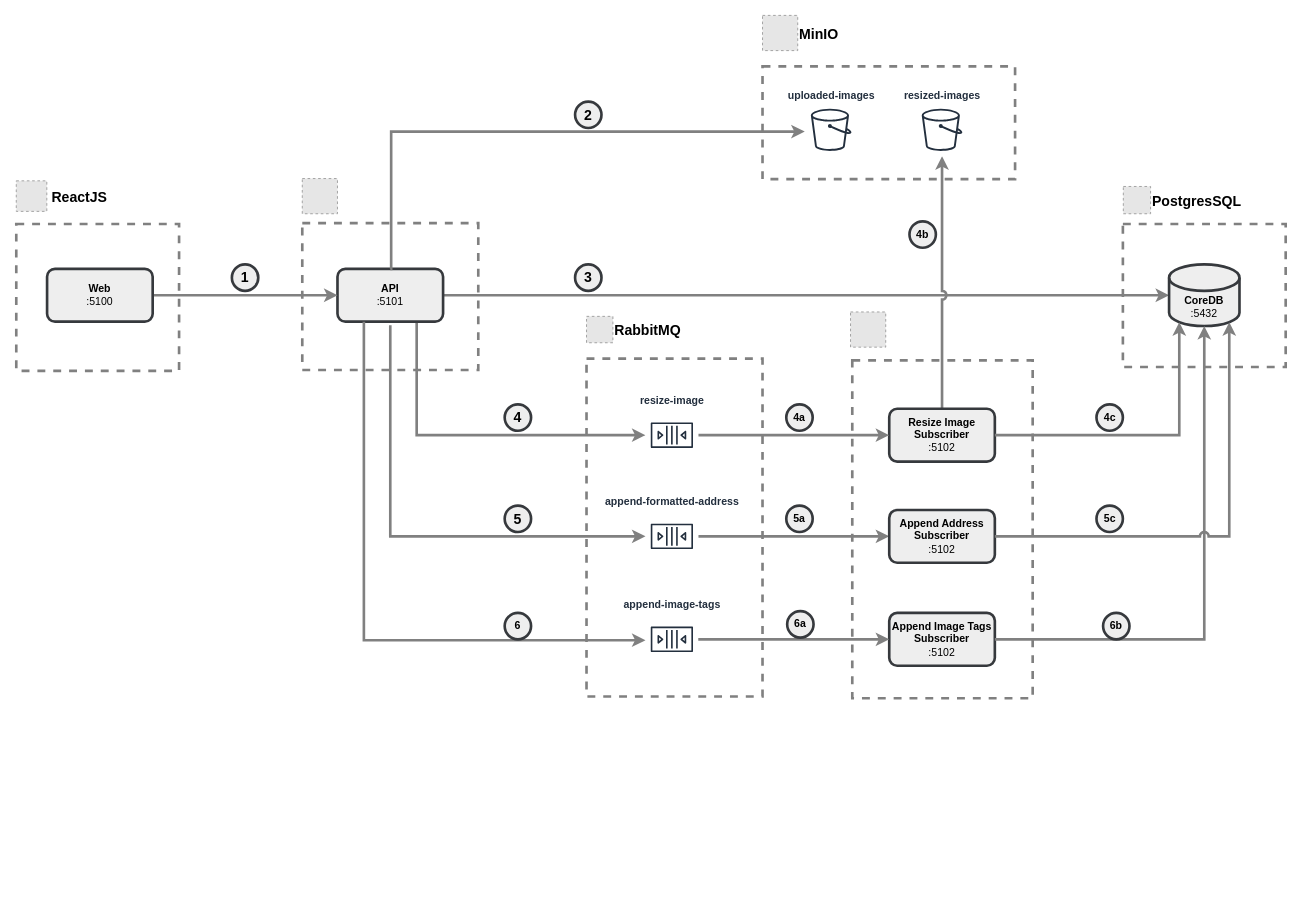
Earlier version of the draw.io diagram page "Application Architecture" (1 of 10) of drawio/architecture.drawio (k8sforum/intro-to-k8s). Source tidied: cells renumbered, new cells numbered last; positions are measured from the earlier drawing's top-left corner, leaving out a move shared by most shapes. Both pictures are drawn from the tidied source at 88%, with x=0, y=0 at pixel (16, 15). Pictures stored in the file or linked from it are replaced by grey dashed boxes.
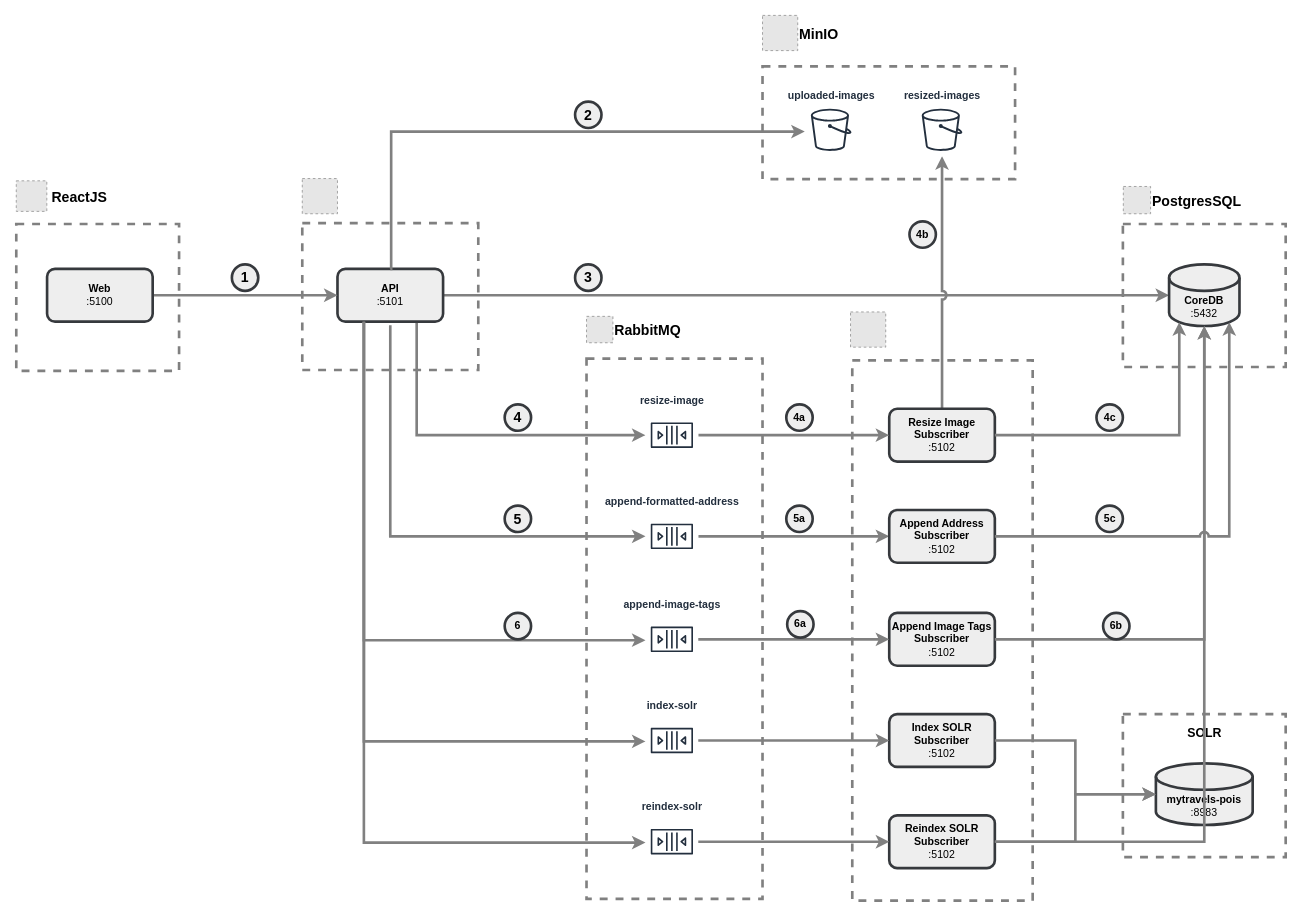
The same page after the edit.

The change refers to these unchanged cells:
```xml
<mxCell id="10" value="&lt;b&gt;API&lt;/b&gt;&lt;div&gt;:5101&lt;/div&gt;" style="rounded=1;whiteSpace=wrap;html=1;strokeWidth=3;fillColor=#eeeeee;strokeColor=#36393d;" parent="1" vertex="1">
  <mxGeometry x="365" y="288" width="120" height="60" as="geometry" />
</mxCell>
<mxCell id="14" value="&lt;b&gt;CoreDB&lt;/b&gt;&lt;div&gt;:5432&lt;/div&gt;" style="shape=cylinder3;whiteSpace=wrap;html=1;boundedLbl=1;backgroundOutline=1;size=15;groupPadding=10;fillColor=#eeeeee;strokeColor=#36393d;strokeWidth=3;" parent="1" vertex="1">
  <mxGeometry x="1310" y="283" width="80" height="70" as="geometry" />
</mxCell>
```

What changed in the source:
```diff
@@
     <mxCell id="4" style="rounded=0;whiteSpace=wrap;html=1;strokeWidth=3;dashed=1;strokeColor=#808080;" parent="1" vertex="1">
-      <mxGeometry x="950" y="392" width="205" height="384" as="geometry" />
+      <mxGeometry x="950" y="392" width="205" height="614" as="geometry" />
     </mxCell>
     <mxCell id="5" style="rounded=0;whiteSpace=wrap;html=1;strokeWidth=3;strokeColor=#808080;dashed=1;" parent="1" vertex="1">
-      <mxGeometry x="648" y="390" width="200" height="384" as="geometry" />
+      <mxGeometry x="648" y="390" width="200" height="614" as="geometry" />
     </mxCell>
@@
+    <mxCell id="53" style="rounded=0;whiteSpace=wrap;html=1;strokeWidth=3;dashed=1;strokeColor=#808080;" parent="1" vertex="1">
+      <mxGeometry x="1257.5" y="794" width="185" height="162.5" as="geometry" />
+    </mxCell>
+    <mxCell id="54" value="SOLR" style="text;html=1;align=center;verticalAlign=middle;whiteSpace=wrap;rounded=0;fontSize=14;fontStyle=1;" parent="1" vertex="1">
+      <mxGeometry x="1257.5" y="800" width="185" height="30" as="geometry" />
+    </mxCell>
+    <mxCell id="55" value="&lt;b&gt;mytravels-pois&lt;/b&gt;&lt;div&gt;:8983&lt;/div&gt;" style="shape=cylinder3;whiteSpace=wrap;html=1;boundedLbl=1;backgroundOutline=1;size=15;groupPadding=10;fillColor=#eeeeee;strokeColor=#36393d;strokeWidth=3;" parent="1" vertex="1">
+      <mxGeometry x="1295" y="850" width="110" height="70" as="geometry" />
+    </mxCell>
+    <mxCell id="56" value="&lt;b&gt;index-solr&lt;/b&gt;" style="sketch=0;outlineConnect=0;fontColor=#232F3E;gradientColor=none;strokeColor=#232F3E;fillColor=#ffffff;dashed=0;verticalLabelPosition=top;verticalAlign=bottom;align=center;html=1;fontSize=12;fontStyle=0;shape=mxgraph.aws4.resourceIcon;resIcon=mxgraph.aws4.queue;labelPosition=center;strokeWidth=3;" parent="1" vertex="1">
+      <mxGeometry x="715" y="794" width="60" height="60" as="geometry" />
+    </mxCell>
+    <mxCell id="57" value="&lt;b&gt;Index SOLR&lt;/b&gt;&lt;div&gt;&lt;b&gt;Subscriber&lt;/b&gt;&lt;/div&gt;&lt;div&gt;:5102&lt;/div&gt;" style="rounded=1;whiteSpace=wrap;html=1;fillColor=#eeeeee;strokeColor=#36393d;strokeWidth=3;" parent="1" vertex="1">
+      <mxGeometry x="992" y="794" width="120" height="60" as="geometry" />
+    </mxCell>
+    <mxCell id="58" value="&lt;b&gt;reindex-solr&lt;/b&gt;" style="sketch=0;outlineConnect=0;fontColor=#232F3E;gradientColor=none;strokeColor=#232F3E;fillColor=#ffffff;dashed=0;verticalLabelPosition=top;verticalAlign=bottom;align=center;html=1;fontSize=12;fontStyle=0;shape=mxgraph.aws4.resourceIcon;resIcon=mxgraph.aws4.queue;labelPosition=center;strokeWidth=3;" parent="1" vertex="1">
+      <mxGeometry x="715" y="909" width="60" height="60" as="geometry" />
+    </mxCell>
+    <mxCell id="59" value="&lt;b&gt;Reindex SOLR&lt;/b&gt;&lt;div&gt;&lt;b&gt;Subscriber&lt;/b&gt;&lt;/div&gt;&lt;div&gt;:5102&lt;/div&gt;" style="rounded=1;whiteSpace=wrap;html=1;fillColor=#eeeeee;strokeColor=#36393d;strokeWidth=3;" parent="1" vertex="1">
+      <mxGeometry x="992" y="909" width="120" height="60" as="geometry" />
+    </mxCell>
+    <mxCell id="60" style="edgeStyle=orthogonalEdgeStyle;rounded=0;jettySize=auto;html=1;entryX=0;entryY=0.5;entryDx=0;entryDy=0;strokeColor=#808080;strokeWidth=3;" parent="1" edge="1" source="56" target="57">
+      <mxGeometry relative="1" as="geometry" />
+    </mxCell>
+    <mxCell id="61" style="edgeStyle=orthogonalEdgeStyle;rounded=0;jettySize=auto;html=1;entryX=0;entryY=0.5;entryDx=0;entryDy=0;strokeColor=#808080;strokeWidth=3;" parent="1" edge="1" source="58" target="59">
+      <mxGeometry relative="1" as="geometry" />
+    </mxCell>
+    <mxCell id="62" style="edgeStyle=orthogonalEdgeStyle;rounded=0;jettySize=auto;html=1;strokeColor=#808080;strokeWidth=3;" parent="1" edge="1" source="57" target="55">
+      <mxGeometry relative="1" as="geometry" />
+    </mxCell>
+    <mxCell id="63" style="edgeStyle=orthogonalEdgeStyle;rounded=0;jettySize=auto;html=1;strokeColor=#808080;strokeWidth=3;" parent="1" edge="1" source="59" target="55">
+      <mxGeometry relative="1" as="geometry" />
+    </mxCell>
+    <mxCell id="64" style="edgeStyle=orthogonalEdgeStyle;rounded=0;jettySize=auto;html=1;strokeColor=#808080;strokeWidth=3;" parent="1" edge="1" source="59" target="14">
+      <mxGeometry relative="1" as="geometry" />
+    </mxCell>
+    <mxCell id="65" style="edgeStyle=orthogonalEdgeStyle;rounded=0;jettySize=auto;html=1;strokeColor=#808080;strokeWidth=3;" parent="1" edge="1" source="10" target="56">
+      <mxGeometry relative="1" as="geometry">
+        <Array as="points">
+          <mxPoint x="395" y="825" />
+        </Array>
+      </mxGeometry>
+    </mxCell>
+    <mxCell id="66" style="edgeStyle=orthogonalEdgeStyle;rounded=0;jettySize=auto;html=1;strokeColor=#808080;strokeWidth=3;" parent="1" edge="1" source="10" target="58">
+      <mxGeometry relative="1" as="geometry">
+        <Array as="points">
+          <mxPoint x="395" y="940" />
+        </Array>
+      </mxGeometry>
+    </mxCell>
```
